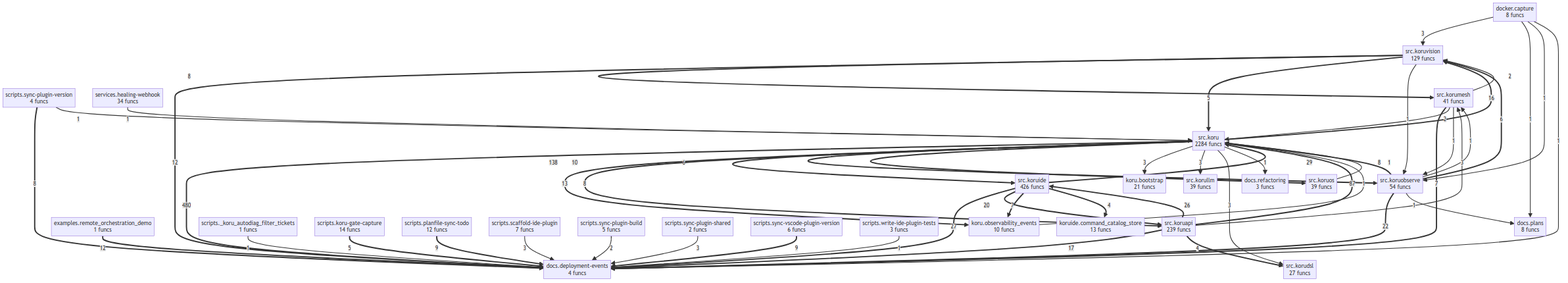
The Mermaid diagram project/compact_flow.png in semcod/koru, before a commit. Its source is kept beside it as project/compact_flow.mmd.
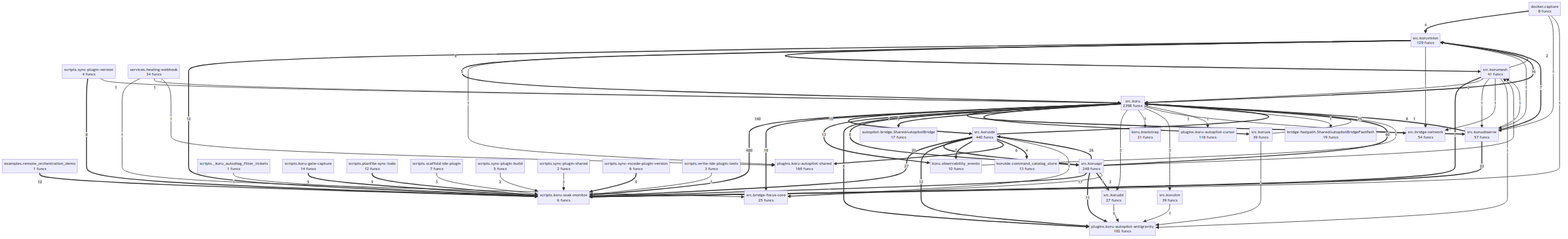
The same diagram one commit later.

The edit, as a diff of the source:
```diff
@@ -1,14 +1,17 @@
 flowchart TD
+    autopilot_bridge__SharedAutopilotBridge["autopilot-bridge.SharedAutopilotBridge<br/>17 funcs"]
+    bridge_fastpath__SharedAutopilotBridgeFastPath["bridge-fastpath.SharedAutopilotBridgeFastPath<br/>19 funcs"]
     docker__capture["docker.capture<br/>8 funcs"]
-    docs__deployment_events["docs.deployment-events<br/>4 funcs"]
-    docs__plans["docs.plans<br/>8 funcs"]
-    docs__refactoring["docs.refactoring<br/>3 funcs"]
     examples__remote_orchestration_demo["examples.remote_orchestration_demo<br/>1 funcs"]
     koru__bootstrap["koru.bootstrap<br/>21 funcs"]
     koru__observability_events["koru.observability_events<br/>10 funcs"]
     koruide__command_catalog_store["koruide.command_catalog_store<br/>13 funcs"]
+    plugins__koru_autopilot_antigravity["plugins.koru-autopilot-antigravity<br/>192 funcs"]
+    plugins__koru_autopilot_cursor["plugins.koru-autopilot-cursor<br/>118 funcs"]
+    plugins__koru_autopilot_shared["plugins.koru-autopilot-shared<br/>169 funcs"]
     scripts___koru_autodiag_filter_tickets["scripts._koru_autodiag_filter_tickets<br/>1 funcs"]
     scripts__koru_gate_capture["scripts.koru-gate-capture<br/>14 funcs"]
+    scripts__koru_soak_monitor["scripts.koru-soak-monitor<br/>6 funcs"]
     scripts__planfile_sync_todo["scripts.planfile-sync-todo<br/>12 funcs"]
     scripts__scaffold_ide_plugin["scripts.scaffold-ide-plugin<br/>7 funcs"]
     scripts__sync_plugin_build["scripts.sync-plugin-build<br/>5 funcs"]
@@ -17,64 +20,83 @@
     scripts__sync_vscode_plugin_version["scripts.sync-vscode-plugin-version<br/>6 funcs"]
     scripts__write_ide_plugin_tests["scripts.write-ide-plugin-tests<br/>3 funcs"]
     services__healing_webhook["services.healing-webhook<br/>34 funcs"]
-    src__koru["src.koru<br/>2284 funcs"]
-    src__koruapi["src.koruapi<br/>239 funcs"]
+    src__bridge_focus_core["src.bridge-focus-core<br/>25 funcs"]
+    src__bridge_network["src.bridge-network<br/>54 funcs"]
+    src__koru["src.koru<br/>2398 funcs"]
+    src__koruapi["src.koruapi<br/>248 funcs"]
     src__korudsl["src.korudsl<br/>27 funcs"]
-    src__koruide["src.koruide<br/>426 funcs"]
+    src__koruide["src.koruide<br/>440 funcs"]
     src__korullm["src.korullm<br/>39 funcs"]
     src__korumesh["src.korumesh<br/>41 funcs"]
-    src__koruobserve["src.koruobserve<br/>54 funcs"]
+    src__koruobserve["src.koruobserve<br/>57 funcs"]
     src__koruos["src.koruos<br/>39 funcs"]
     src__koruvision["src.koruvision<br/>129 funcs"]
-    src__koru ==>|480| docs__deployment_events
-    src__koru ==>|138| src__koruide
-    src__koruapi ==>|87| src__koru
+    src__koru ==>|480| scripts__koru_soak_monitor
+    src__koru ==>|140| src__koruide
+    src__koruapi ==>|90| src__koru
     src__koruide ==>|29| src__koru
-    src__koruide ==>|27| docs__deployment_events
+    src__koruide ==>|27| scripts__koru_soak_monitor
     src__koruapi ==>|26| src__koruide
-    src__koruobserve ==>|22| docs__deployment_events
+    src__koruobserve ==>|22| scripts__koru_soak_monitor
     src__koruide ==>|20| src__koruapi
-    src__koruapi ==>|17| docs__deployment_events
+    src__koru ==>|19| src__bridge_focus_core
+    src__koruapi ==>|17| scripts__koru_soak_monitor
     src__koru ==>|16| src__koruvision
     src__koru ==>|13| koru__observability_events
-    examples__remote_orchestration_demo ==>|12| docs__deployment_events
-    src__koruvision ==>|12| docs__deployment_events
+    examples__remote_orchestration_demo ==>|12| scripts__koru_soak_monitor
+    src__koruvision ==>|12| scripts__koru_soak_monitor
+    src__koruide ==>|12| plugins__koru_autopilot_antigravity
+    src__koruapi ==>|11| plugins__koru_autopilot_antigravity
     src__koru ==>|10| src__koruobserve
-    scripts__planfile_sync_todo ==>|9| docs__deployment_events
-    scripts__sync_vscode_plugin_version ==>|9| docs__deployment_events
+    scripts__planfile_sync_todo ==>|9| scripts__koru_soak_monitor
+    scripts__sync_vscode_plugin_version ==>|9| scripts__koru_soak_monitor
     src__koruobserve ==>|8| src__koru
     src__koruvision ==>|8| src__korumesh
+    src__koru ==>|8| plugins__koru_autopilot_antigravity
     src__koru ==>|8| src__koruapi
-    scripts__sync_plugin_version ==>|8| docs__deployment_events
-    src__korumesh ==>|7| docs__deployment_events
+    scripts__sync_plugin_version ==>|8| scripts__koru_soak_monitor
+    src__koruobserve ==>|7| src__koruvision
+    src__korumesh ==>|7| scripts__koru_soak_monitor
     src__koruide ==>|7| koru__observability_events
-    src__koruobserve ==>|6| src__koruvision
+    src__koruide ==>|6| plugins__koru_autopilot_shared
     src__koru ==>|6| src__koruos
     src__koruvision ==>|5| src__koru
-    scripts__koru_gate_capture ==>|5| docs__deployment_events
+    src__koru ==>|5| autopilot_bridge__SharedAutopilotBridge
+    scripts__koru_gate_capture ==>|5| scripts__koru_soak_monitor
     src__koruapi ==>|4| src__korudsl
     src__koruide ==>|4| koruide__command_catalog_store
+    docker__capture ==>|4| src__koruvision
     src__koruapi -->|3| src__korumesh
+    src__koru -->|3| src__korudsl
     src__koru -->|3| koru__bootstrap
     src__koru -->|3| src__korullm
-    src__koru -->|3| src__korudsl
-    docker__capture -->|3| src__koruvision
-    scripts__sync_plugin_shared -->|3| docs__deployment_events
-    scripts__scaffold_ide_plugin -->|3| docs__deployment_events
+    scripts__sync_plugin_shared -->|3| scripts__koru_soak_monitor
+    scripts__scaffold_ide_plugin -->|3| scripts__koru_soak_monitor
+    src__koruapi -->|2| src__bridge_focus_core
     src__korumesh -->|2| src__koru
     src__korumesh -->|2| src__koruvision
-    scripts__sync_plugin_build -->|2| docs__deployment_events
+    scripts__sync_plugin_build -->|2| scripts__koru_soak_monitor
+    services__healing_webhook -->|1| src__bridge_focus_core
     services__healing_webhook -->|1| src__koru
+    services__healing_webhook -->|1| plugins__koru_autopilot_shared
     src__koruobserve -->|1| src__korumesh
-    src__koruobserve -->|1| docs__plans
+    src__koruos -->|1| plugins__koru_autopilot_antigravity
     src__koruos -->|1| src__koru
+    src__korudsl -->|1| plugins__koru_autopilot_antigravity
+    src__korullm -->|1| plugins__koru_autopilot_antigravity
+    src__koruvision -->|1| plugins__koru_autopilot_shared
+    src__koruvision -->|1| src__bridge_network
     src__koruvision -->|1| src__koruobserve
     src__korumesh -->|1| src__koruobserve
-    src__koru -->|1| docs__refactoring
+    src__korumesh -->|1| src__bridge_network
+    src__korumesh -->|1| plugins__koru_autopilot_antigravity
+    src__koruide -->|1| src__bridge_focus_core
+    src__koru -->|1| src__bridge_network
+    src__koru -->|1| plugins__koru_autopilot_cursor
+    src__koru -->|1| bridge_fastpath__SharedAutopilotBridgeFastPath
     koru__observability_events -->|1| src__koru
-    docker__capture -->|1| docs__plans
     docker__capture -->|1| src__koruobserve
-    docker__capture -->|1| docs__deployment_events
-    scripts__write_ide_plugin_tests -->|1| docs__deployment_events
+    docker__capture -->|1| scripts__koru_soak_monitor
+    scripts__write_ide_plugin_tests -->|1| scripts__koru_soak_monitor
     scripts__sync_plugin_version -->|1| src__koru
-    scripts___koru_autodiag_filter_tickets -->|1| docs__deployment_events
+    scripts___koru_autodiag_filter_tickets -->|1| scripts__koru_soak_monitor
```
